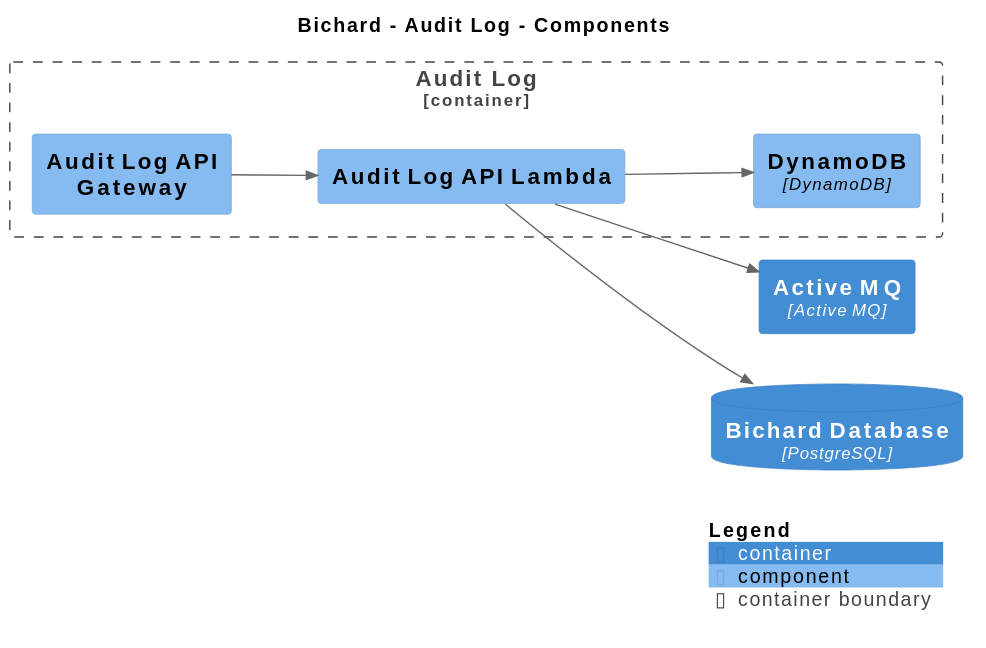
ministryofjustice/bichard7-next-core keeps this PlantUML diagram as main/svg/Component-004.svg. Above is the earlier version. Its source is kept beside it as main/puml/Component-004.puml. The source it was exported from:
```plantuml
@startuml
set separator none
title Bichard - Audit Log - Components

left to right direction

!include <C4/C4>
!include <C4/C4_Context>
!include <C4/C4_Container>
!include <C4/C4_Component>

Container(Bichard.ActiveMQ, "Active MQ", $techn="Active MQ", $descr="", $tags="", $link="")
ContainerDb(Bichard.BichardDatabase, "Bichard Database", $techn="PostgreSQL", $descr="", $tags="", $link="")

Container_Boundary("Bichard.AuditLog_boundary", "Audit Log", $tags="") {
  Component(Bichard.AuditLog.AuditLogAPIGateway, "Audit Log API Gateway", $techn="", $descr="", $tags="", $link="")
  Component(Bichard.AuditLog.AuditLogAPILambda, "Audit Log API Lambda", $techn="", $descr="", $tags="", $link="")
  Component(Bichard.AuditLog.DynamoDB, "DynamoDB", $techn="DynamoDB", $descr="", $tags="", $link="")
}

Rel(Bichard.AuditLog.AuditLogAPILambda, Bichard.AuditLog.DynamoDB, "", $techn="", $tags="", $link="")
Rel(Bichard.AuditLog.AuditLogAPILambda, Bichard.BichardDatabase, "", $techn="", $tags="", $link="")
Rel(Bichard.AuditLog.AuditLogAPILambda, Bichard.ActiveMQ, "", $techn="", $tags="", $link="")
Rel(Bichard.AuditLog.AuditLogAPIGateway, Bichard.AuditLog.AuditLogAPILambda, "", $techn="", $tags="", $link="")

SHOW_LEGEND(true)
@enduml
```
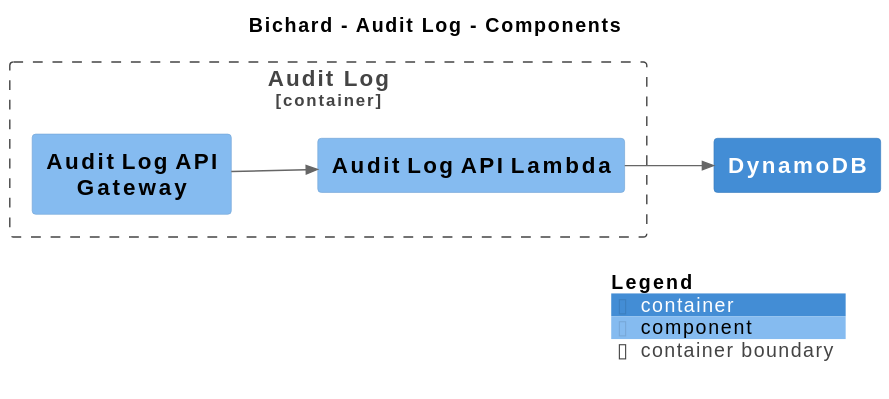
Above is the later version.

Change to the diagram source:
```diff
@@ -9,19 +9,15 @@
 !include <C4/C4_Container>
 !include <C4/C4_Component>
 
-Container(Bichard.ActiveMQ, "Active MQ", $techn="Active MQ", $descr="", $tags="", $link="")
-ContainerDb(Bichard.BichardDatabase, "Bichard Database", $techn="PostgreSQL", $descr="", $tags="", $link="")
+Container(Bichard.DynamoDB, "DynamoDB", $techn="", $descr="", $tags="", $link="")
 
 Container_Boundary("Bichard.AuditLog_boundary", "Audit Log", $tags="") {
   Component(Bichard.AuditLog.AuditLogAPIGateway, "Audit Log API Gateway", $techn="", $descr="", $tags="", $link="")
   Component(Bichard.AuditLog.AuditLogAPILambda, "Audit Log API Lambda", $techn="", $descr="", $tags="", $link="")
-  Component(Bichard.AuditLog.DynamoDB, "DynamoDB", $techn="DynamoDB", $descr="", $tags="", $link="")
 }
 
-Rel(Bichard.AuditLog.AuditLogAPILambda, Bichard.AuditLog.DynamoDB, "", $techn="", $tags="", $link="")
-Rel(Bichard.AuditLog.AuditLogAPILambda, Bichard.BichardDatabase, "", $techn="", $tags="", $link="")
-Rel(Bichard.AuditLog.AuditLogAPILambda, Bichard.ActiveMQ, "", $techn="", $tags="", $link="")
 Rel(Bichard.AuditLog.AuditLogAPIGateway, Bichard.AuditLog.AuditLogAPILambda, "", $techn="", $tags="", $link="")
+Rel(Bichard.AuditLog.AuditLogAPILambda, Bichard.DynamoDB, "", $techn="", $tags="", $link="")
 
 SHOW_LEGEND(true)
 @enduml
```
